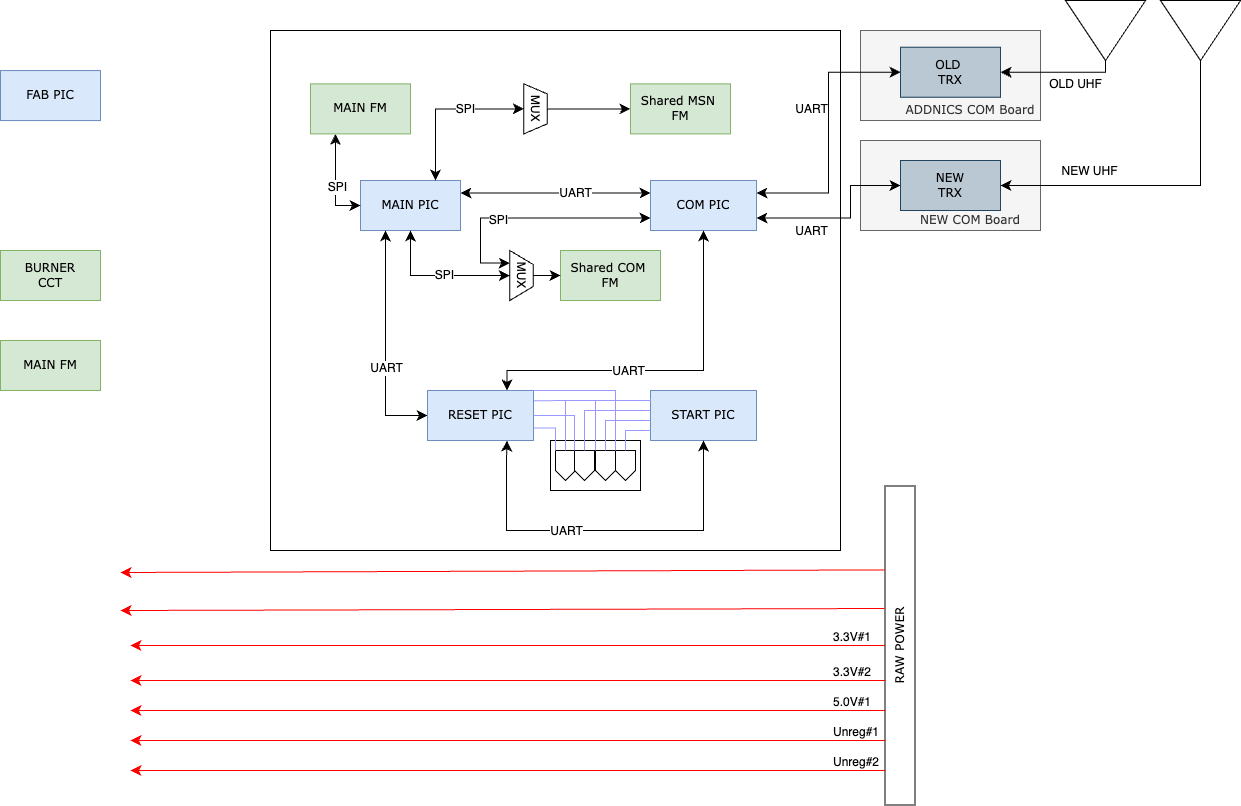
The draw.io diagram Diagrams/obc-block-diagram.png in BIRDSOpenSource/BIRDSRP-OBC, before a commit. Source tidied: cells renumbered, new cells last; positions are measured from the earlier drawing's top-left corner, leaving out a move shared by most shapes.
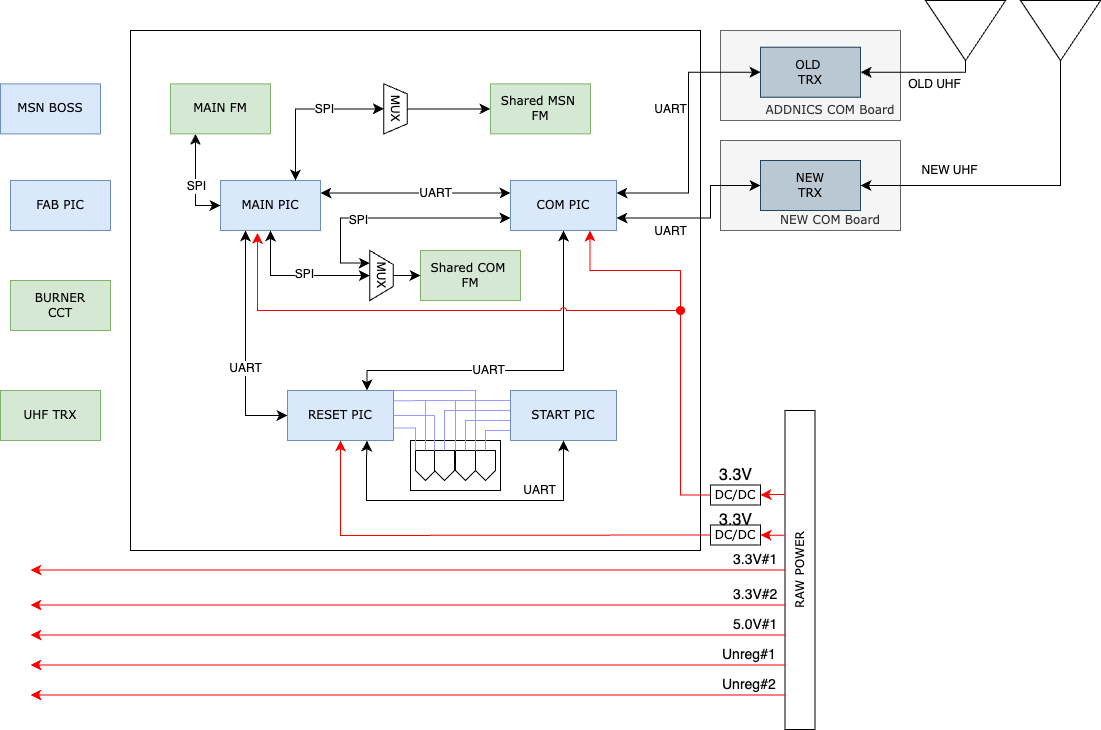
The same file after the commit.

What changed in the source:
```diff
@@ -8,9 +8,6 @@
     <mxCell id="3" value="MAIN FM" style="shape=rect;dashed=0;shadow=0;html=1;whiteSpace=wrap;rotation=0;rounded=0;comic=0;labelBackgroundColor=none;strokeWidth=1;fontFamily=Verdana;fontSize=12;align=center;fillColor=#d5e8d4;strokeColor=#82b366;" parent="1" vertex="1">
       <mxGeometry x="310" y="93.4" width="100" height="50" as="geometry" />
     </mxCell>
-    <mxCell id="4" value="RAW POWER" style="shape=rect;dashed=0;shadow=0;html=1;whiteSpace=wrap;rounded=0;comic=0;labelBackgroundColor=none;strokeWidth=1;fontFamily=Verdana;fontSize=12;align=center;rotation=-90;" parent="1" vertex="1">
-      <mxGeometry x="740" y="640" width="319" height="30" as="geometry" />
-    </mxCell>
     <mxCell id="5" value="MAIN PIC" style="shape=rect;dashed=0;shadow=0;html=1;whiteSpace=wrap;rounded=0;comic=0;labelBackgroundColor=none;strokeWidth=1;fontFamily=Verdana;fontSize=12;align=center;fillColor=#dae8fc;strokeColor=#6c8ebf;" parent="1" vertex="1">
       <mxGeometry x="360" y="190" width="100" height="50" as="geometry" />
     </mxCell>
@@ -26,60 +23,6 @@
     <mxCell id="9" style="triangle;whiteSpace=wrap;html=1;rotation=90;" parent="1" vertex="1">
       <mxGeometry x="1170" y="0.1" width="60" height="80" as="geometry" />
     </mxCell>
-    <mxCell id="10" style="endArrow=classic;html=1;rounded=0;fontSize=12;startSize=8;endSize=8;curved=1;strokeColor=#FF0000;exitX=0.5;exitY=0;exitDx=0;exitDy=0;" parent="1" edge="1" source="4">
-      <mxGeometry relative="1" as="geometry">
-        <mxPoint x="130" y="655" as="targetPoint" />
-      </mxGeometry>
-    </mxCell>
-    <mxCell id="11" value="3.3V#1" style="edgeLabel;html=1;fontSize=12;align=left;verticalAlign=bottom;" parent="10" vertex="1">
-      <mxGeometry x="-1" relative="1" as="geometry">
-        <mxPoint x="-54" as="offset" />
-      </mxGeometry>
-    </mxCell>
-    <mxCell id="12" style="endArrow=classic;html=1;rounded=0;fontSize=12;startSize=8;endSize=8;curved=1;strokeColor=#FF0000;exitX=0.5;exitY=0;exitDx=0;exitDy=0;" parent="1" edge="1">
-      <mxGeometry relative="1" as="geometry">
-        <mxPoint x="885" y="780" as="sourcePoint" />
-        <mxPoint x="130" y="780" as="targetPoint" />
-      </mxGeometry>
-    </mxCell>
-    <mxCell id="13" value="Unreg#2" style="edgeLabel;html=1;fontSize=12;align=left;verticalAlign=bottom;" parent="12" vertex="1">
-      <mxGeometry x="-1" relative="1" as="geometry">
-        <mxPoint x="-54" as="offset" />
-      </mxGeometry>
-    </mxCell>
-    <mxCell id="14" style="endArrow=classic;html=1;rounded=0;fontSize=12;startSize=8;endSize=8;curved=1;strokeColor=#FF0000;exitX=0.5;exitY=0;exitDx=0;exitDy=0;" parent="1" edge="1">
-      <mxGeometry relative="1" as="geometry">
-        <mxPoint x="885" y="690" as="sourcePoint" />
-        <mxPoint x="130" y="690" as="targetPoint" />
-      </mxGeometry>
-    </mxCell>
-    <mxCell id="15" value="3.3V#2" style="edgeLabel;html=1;fontSize=12;align=left;verticalAlign=bottom;" parent="14" vertex="1">
-      <mxGeometry x="-1" relative="1" as="geometry">
-        <mxPoint x="-54" as="offset" />
-      </mxGeometry>
-    </mxCell>
-    <mxCell id="16" style="endArrow=classic;html=1;rounded=0;fontSize=12;startSize=8;endSize=8;curved=1;strokeColor=#FF0000;exitX=0.5;exitY=0;exitDx=0;exitDy=0;" parent="1" edge="1">
-      <mxGeometry relative="1" as="geometry">
-        <mxPoint x="885" y="720" as="sourcePoint" />
-        <mxPoint x="130" y="720" as="targetPoint" />
-      </mxGeometry>
-    </mxCell>
-    <mxCell id="17" value="5.0V#1" style="edgeLabel;html=1;fontSize=12;align=left;verticalAlign=bottom;" parent="16" vertex="1">
-      <mxGeometry x="-1" relative="1" as="geometry">
-        <mxPoint x="-54" as="offset" />
-      </mxGeometry>
-    </mxCell>
-    <mxCell id="18" style="endArrow=classic;html=1;rounded=0;fontSize=12;startSize=8;endSize=8;curved=1;strokeColor=#FF0000;exitX=0.5;exitY=0;exitDx=0;exitDy=0;" parent="1" edge="1">
-      <mxGeometry relative="1" as="geometry">
-        <mxPoint x="885" y="750" as="sourcePoint" />
-        <mxPoint x="130" y="750" as="targetPoint" />
-      </mxGeometry>
-    </mxCell>
-    <mxCell id="19" value="Unreg#1" style="edgeLabel;html=1;fontSize=12;align=left;verticalAlign=bottom;" parent="18" vertex="1">
-      <mxGeometry x="-1" relative="1" as="geometry">
-        <mxPoint x="-54" as="offset" />
-      </mxGeometry>
-    </mxCell>
     <mxCell id="20" value="Shared MSN&amp;nbsp;&lt;div&gt;FM&lt;/div&gt;" style="shape=rect;dashed=0;shadow=0;html=1;whiteSpace=wrap;rotation=0;rounded=0;comic=0;labelBackgroundColor=none;strokeWidth=1;fontFamily=Verdana;fontSize=12;align=center;fillColor=#d5e8d4;strokeColor=#82b366;" parent="1" vertex="1">
       <mxGeometry x="630" y="93.4" width="100" height="50" as="geometry" />
     </mxCell>
@@ -90,7 +33,7 @@
       <mxGeometry x="510" y="106.7" width="50" height="23.4" as="geometry" />
     </mxCell>
     <mxCell id="23" value="FAB PIC" style="shape=rect;dashed=0;shadow=0;html=1;whiteSpace=wrap;rotation=0;rounded=0;comic=0;labelBackgroundColor=none;strokeWidth=1;fontFamily=Verdana;fontSize=12;align=center;fillColor=#dae8fc;strokeColor=#6c8ebf;" parent="1" vertex="1">
-      <mxGeometry y="80.1" width="100" height="50" as="geometry" />
+      <mxGeometry x="150" y="190" width="100" height="50" as="geometry" />
     </mxCell>
     <mxCell id="24" style="endArrow=classic;html=1;rounded=0;fontSize=12;startSize=8;endSize=8;curved=1;exitX=1;exitY=0.25;exitDx=0;exitDy=0;entryX=0;entryY=0.25;entryDx=0;entryDy=0;startArrow=classic;startFill=1;" parent="1" edge="1" source="5" target="6">
       <mxGeometry relative="1" as="geometry" />
@@ -132,11 +75,11 @@
     <mxCell id="35" value="SPI" style="edgeLabel;html=1;align=center;verticalAlign=middle;fontSize=12;" parent="34" vertex="1">
       <mxGeometry x="0.1" y="1" relative="1" as="geometry" />
     </mxCell>
-    <mxCell id="36" value="MAIN FM" style="shape=rect;dashed=0;shadow=0;html=1;whiteSpace=wrap;rotation=0;rounded=0;comic=0;labelBackgroundColor=none;strokeWidth=1;fontFamily=Verdana;fontSize=12;align=center;fillColor=#d5e8d4;strokeColor=#82b366;" parent="1" vertex="1">
-      <mxGeometry y="350" width="100" height="50" as="geometry" />
+    <mxCell id="36" value="UHF TRX" style="shape=rect;dashed=0;shadow=0;html=1;whiteSpace=wrap;rotation=0;rounded=0;comic=0;labelBackgroundColor=none;strokeWidth=1;fontFamily=Verdana;fontSize=12;align=center;fillColor=#d5e8d4;strokeColor=#82b366;" parent="1" vertex="1">
+      <mxGeometry x="140" y="400" width="100" height="50" as="geometry" />
     </mxCell>
     <mxCell id="37" value="BURNER&lt;div&gt;CCT&lt;/div&gt;" style="shape=rect;dashed=0;shadow=0;html=1;whiteSpace=wrap;rotation=0;rounded=0;comic=0;labelBackgroundColor=none;strokeWidth=1;fontFamily=Verdana;fontSize=12;align=center;fillColor=#d5e8d4;strokeColor=#82b366;" parent="1" vertex="1">
-      <mxGeometry y="260" width="100" height="50" as="geometry" />
+      <mxGeometry x="150" y="290" width="100" height="50" as="geometry" />
     </mxCell>
     <mxCell id="38" value="&lt;blockquote style=&quot;margin: 0 0 0 40px; border: none; padding: 0px;&quot;&gt;&lt;p style=&quot;line-height: 120%; margin-bottom: 0px; margin-left: 0px; margin-top: 70px;&quot;&gt;ADDNICS COM Board&lt;/p&gt;&lt;/blockquote&gt;" style="shape=rect;dashed=0;shadow=0;html=1;whiteSpace=wrap;rounded=0;comic=0;labelBackgroundColor=none;strokeWidth=1;fontFamily=Verdana;fontSize=12;align=center;fillColor=#f5f5f5;fontColor=#333333;strokeColor=#666666;" parent="1" vertex="1">
       <mxGeometry x="860" y="40" width="180" height="90" as="geometry" />
@@ -209,15 +152,16 @@
     <mxCell id="55" style="endArrow=classic;html=1;rounded=0;fontSize=12;startSize=8;endSize=8;exitX=0.5;exitY=1;exitDx=0;exitDy=0;startArrow=classic;startFill=1;entryX=0.75;entryY=1;entryDx=0;entryDy=0;edgeStyle=orthogonalEdgeStyle;" parent="52" edge="1" source="54" target="53">
       <mxGeometry relative="1" as="geometry">
         <Array as="points">
-          <mxPoint x="276" y="140" />
-          <mxPoint x="79" y="140" />
+          <mxPoint x="276" y="110" />
+          <mxPoint x="79" y="110" />
           <mxPoint x="79" y="70" />
-          <mxPoint x="80" y="70" />
         </Array>
       </mxGeometry>
     </mxCell>
     <mxCell id="56" value="UART" style="edgeLabel;html=1;align=center;verticalAlign=middle;fontSize=12;" parent="55" vertex="1">
-      <mxGeometry x="0.21" relative="1" as="geometry" />
+      <mxGeometry x="0.21" relative="1" as="geometry">
+        <mxPoint x="108" y="-10" as="offset" />
+      </mxGeometry>
     </mxCell>
     <mxCell id="57" style="group;" parent="52" vertex="1">
       <mxGeometry x="123" y="50" width="90" height="50" as="geometry" />
@@ -314,15 +258,112 @@
     <mxCell id="73" value="UART" style="edgeLabel;html=1;align=center;verticalAlign=middle;fontSize=12;" parent="72" vertex="1">
       <mxGeometry x="0.21" relative="1" as="geometry" />
     </mxCell>
+    <mxCell id="76" value="MSN BOSS" style="shape=rect;dashed=0;shadow=0;html=1;whiteSpace=wrap;rotation=0;rounded=0;comic=0;labelBackgroundColor=none;strokeWidth=1;fontFamily=Verdana;fontSize=12;align=center;fillColor=#dae8fc;strokeColor=#6c8ebf;" parent="1" vertex="1">
+      <mxGeometry x="140" y="93.4" width="100" height="50" as="geometry" />
+    </mxCell>
+    <mxCell id="77" style="group;" parent="1" vertex="1">
+      <mxGeometry x="170" y="420" width="784.5" height="319" as="geometry" />
+    </mxCell>
+    <mxCell id="4" value="RAW POWER" style="shape=rect;dashed=0;shadow=0;html=1;whiteSpace=wrap;rounded=0;comic=0;labelBackgroundColor=none;strokeWidth=1;fontFamily=Verdana;fontSize=12;align=center;rotation=-90;" parent="77" vertex="1">
+      <mxGeometry x="610" y="144.5" width="319" height="30" as="geometry" />
+    </mxCell>
+    <mxCell id="10" style="endArrow=classic;html=1;rounded=0;fontSize=12;startSize=8;endSize=8;curved=1;strokeColor=#FF0000;exitX=0.5;exitY=0;exitDx=0;exitDy=0;" parent="77" edge="1" source="4">
+      <mxGeometry relative="1" as="geometry">
+        <mxPoint y="159.5" as="targetPoint" />
+      </mxGeometry>
+    </mxCell>
+    <mxCell id="11" value="&lt;font style=&quot;font-size: 14px;&quot;&gt;3.3V#1&lt;/font&gt;" style="edgeLabel;html=1;fontSize=12;align=left;verticalAlign=bottom;" parent="10" vertex="1">
+      <mxGeometry x="-1" relative="1" as="geometry">
+        <mxPoint x="-54" as="offset" />
+      </mxGeometry>
+    </mxCell>
+    <mxCell id="12" style="endArrow=classic;html=1;rounded=0;fontSize=12;startSize=8;endSize=8;curved=1;strokeColor=#FF0000;exitX=0.5;exitY=0;exitDx=0;exitDy=0;" parent="77" edge="1">
+      <mxGeometry relative="1" as="geometry">
+        <mxPoint x="755" y="284.5" as="sourcePoint" />
+        <mxPoint y="284.5" as="targetPoint" />
+      </mxGeometry>
+    </mxCell>
+    <mxCell id="13" value="&lt;font style=&quot;font-size: 14px;&quot;&gt;Unreg#2&lt;/font&gt;" style="edgeLabel;html=1;fontSize=12;align=left;verticalAlign=bottom;" parent="12" vertex="1">
+      <mxGeometry x="-1" relative="1" as="geometry">
+        <mxPoint x="-65" as="offset" />
+      </mxGeometry>
+    </mxCell>
+    <mxCell id="14" style="endArrow=classic;html=1;rounded=0;fontSize=12;startSize=8;endSize=8;curved=1;strokeColor=#FF0000;exitX=0.5;exitY=0;exitDx=0;exitDy=0;" parent="77" edge="1">
+      <mxGeometry relative="1" as="geometry">
+        <mxPoint x="755" y="194.5" as="sourcePoint" />
+        <mxPoint y="194.5" as="targetPoint" />
+      </mxGeometry>
+    </mxCell>
+    <mxCell id="15" value="&lt;font style=&quot;font-size: 14px;&quot;&gt;3.3V#2&lt;/font&gt;" style="edgeLabel;html=1;fontSize=12;align=left;verticalAlign=bottom;" parent="14" vertex="1">
+      <mxGeometry x="-1" relative="1" as="geometry">
+        <mxPoint x="-54" as="offset" />
+      </mxGeometry>
+    </mxCell>
+    <mxCell id="16" style="endArrow=classic;html=1;rounded=0;fontSize=12;startSize=8;endSize=8;curved=1;strokeColor=#FF0000;exitX=0.5;exitY=0;exitDx=0;exitDy=0;" parent="77" edge="1">
+      <mxGeometry relative="1" as="geometry">
+        <mxPoint x="755" y="224.5" as="sourcePoint" />
+        <mxPoint y="224.5" as="targetPoint" />
+      </mxGeometry>
+    </mxCell>
+    <mxCell id="17" value="&lt;font style=&quot;font-size: 14px;&quot;&gt;5.0V#1&lt;/font&gt;" style="edgeLabel;html=1;fontSize=12;align=left;verticalAlign=bottom;" parent="16" vertex="1">
+      <mxGeometry x="-1" relative="1" as="geometry">
+        <mxPoint x="-54" as="offset" />
+      </mxGeometry>
+    </mxCell>
+    <mxCell id="18" style="endArrow=classic;html=1;rounded=0;fontSize=12;startSize=8;endSize=8;curved=1;strokeColor=#FF0000;exitX=0.5;exitY=0;exitDx=0;exitDy=0;" parent="77" edge="1">
+      <mxGeometry relative="1" as="geometry">
+        <mxPoint x="755" y="254.5" as="sourcePoint" />
+        <mxPoint y="254.5" as="targetPoint" />
+      </mxGeometry>
+    </mxCell>
+    <mxCell id="19" value="&lt;font style=&quot;font-size: 14px;&quot;&gt;Unreg#1&lt;/font&gt;" style="edgeLabel;html=1;fontSize=12;align=left;verticalAlign=bottom;" parent="18" vertex="1">
+      <mxGeometry x="-1" relative="1" as="geometry">
+        <mxPoint x="-65" as="offset" />
+      </mxGeometry>
+    </mxCell>
-    <mxCell id="74" style="endArrow=classic;html=1;rounded=0;fontSize=12;startSize=8;endSize=8;curved=1;strokeColor=#FF0000;exitX=0.616;exitY=-0.016;exitDx=0;exitDy=0;exitPerimeter=0;" parent="1" edge="1" source="4">
-      <mxGeometry relative="1" as="geometry">
-        <mxPoint x="120" y="620" as="targetPoint" />
-      </mxGeometry>
+    <mxCell id="74" style="endArrow=classic;html=1;rounded=0;fontSize=12;startSize=8;endSize=8;strokeColor=#FF0000;exitX=0.609;exitY=-0.016;exitDx=0;exitDy=0;exitPerimeter=0;edgeStyle=orthogonalEdgeStyle;entryX=1;entryY=0.5;entryDx=0;entryDy=0;" parent="77" edge="1" source="4" target="78">
+      <mxGeometry relative="1" as="geometry" />
     </mxCell>
-    <mxCell id="75" style="endArrow=classic;html=1;rounded=0;fontSize=12;startSize=8;endSize=8;curved=1;strokeColor=#FF0000;exitX=0.737;exitY=-0.012;exitDx=0;exitDy=0;exitPerimeter=0;" parent="1" edge="1" source="4">
-      <mxGeometry relative="1" as="geometry">
-        <mxPoint x="120" y="582" as="targetPoint" />
-      </mxGeometry>
+    <mxCell id="75" style="endArrow=classic;html=1;rounded=0;fontSize=12;startSize=8;endSize=8;strokeColor=#FF0000;exitX=0.737;exitY=-0.012;exitDx=0;exitDy=0;exitPerimeter=0;edgeStyle=orthogonalEdgeStyle;entryX=1;entryY=0.5;entryDx=0;entryDy=0;" parent="77" edge="1" source="4" target="79">
+      <mxGeometry relative="1" as="geometry" />
     </mxCell>
+    <mxCell id="78" value="DC/DC" style="shape=rect;dashed=0;shadow=0;html=1;whiteSpace=wrap;rotation=0;rounded=0;comic=0;labelBackgroundColor=none;strokeWidth=1;fontFamily=Verdana;fontSize=12;align=center;" parent="77" vertex="1">
+      <mxGeometry x="680" y="114.5" width="50" height="20" as="geometry" />
+    </mxCell>
+    <mxCell id="79" value="DC/DC" style="shape=rect;dashed=0;shadow=0;html=1;whiteSpace=wrap;rotation=0;rounded=0;comic=0;labelBackgroundColor=none;strokeWidth=1;fontFamily=Verdana;fontSize=12;align=center;" parent="77" vertex="1">
+      <mxGeometry x="680" y="74.5" width="50" height="20" as="geometry" />
+    </mxCell>
+    <mxCell id="80" value="3.3V" style="text;html=1;align=center;verticalAlign=middle;strokeColor=none;fillColor=none;fontSize=16;" parent="77" vertex="1">
+      <mxGeometry x="675" y="50" width="60" height="30" as="geometry" />
+    </mxCell>
+    <mxCell id="81" value="3.3V" style="text;html=1;align=center;verticalAlign=middle;strokeColor=none;fillColor=none;fontSize=16;" parent="77" vertex="1">
+      <mxGeometry x="675" y="94.5" width="60" height="30" as="geometry" />
+    </mxCell>
+    <mxCell id="82" style="endArrow=classic;html=1;rounded=0;fontSize=12;startSize=8;endSize=8;strokeColor=#FF0000;exitX=0;exitY=0.5;exitDx=0;exitDy=0;edgeStyle=orthogonalEdgeStyle;entryX=0.5;entryY=1;entryDx=0;entryDy=0;" parent="1" edge="1" source="78" target="53">
+      <mxGeometry relative="1" as="geometry">
+        <Array as="points">
+          <mxPoint x="830" y="545" />
+          <mxPoint x="480" y="545" />
+        </Array>
+      </mxGeometry>
+    </mxCell>
+    <mxCell id="83" style="endArrow=classic;html=1;rounded=0;fontSize=12;startSize=8;endSize=8;strokeColor=#FF0000;edgeStyle=orthogonalEdgeStyle;entryX=0.75;entryY=1;entryDx=0;entryDy=0;exitX=0;exitY=0.5;exitDx=0;exitDy=0;" parent="1" edge="1" source="79" target="6">
+      <mxGeometry relative="1" as="geometry">
+        <Array as="points">
+          <mxPoint x="820" y="504" />
+          <mxPoint x="820" y="280" />
+          <mxPoint x="730" y="280" />
+        </Array>
+      </mxGeometry>
+    </mxCell>
+    <mxCell id="84" style="endArrow=classic;html=1;rounded=0;fontSize=12;startSize=8;endSize=8;strokeColor=#FF0000;edgeStyle=orthogonalEdgeStyle;entryX=0.37;entryY=1.048;entryDx=0;entryDy=0;entryPerimeter=0;startArrow=oval;startFill=1;jumpStyle=arc;" parent="1" edge="1" target="5">
+      <mxGeometry relative="1" as="geometry">
+        <mxPoint x="820" y="320" as="sourcePoint" />
+        <Array as="points">
+          <mxPoint x="820" y="320" />
+          <mxPoint x="397" y="320" />
+        </Array>
+      </mxGeometry>
+    </mxCell>
   </root>
 </mxGraphModel>
```
